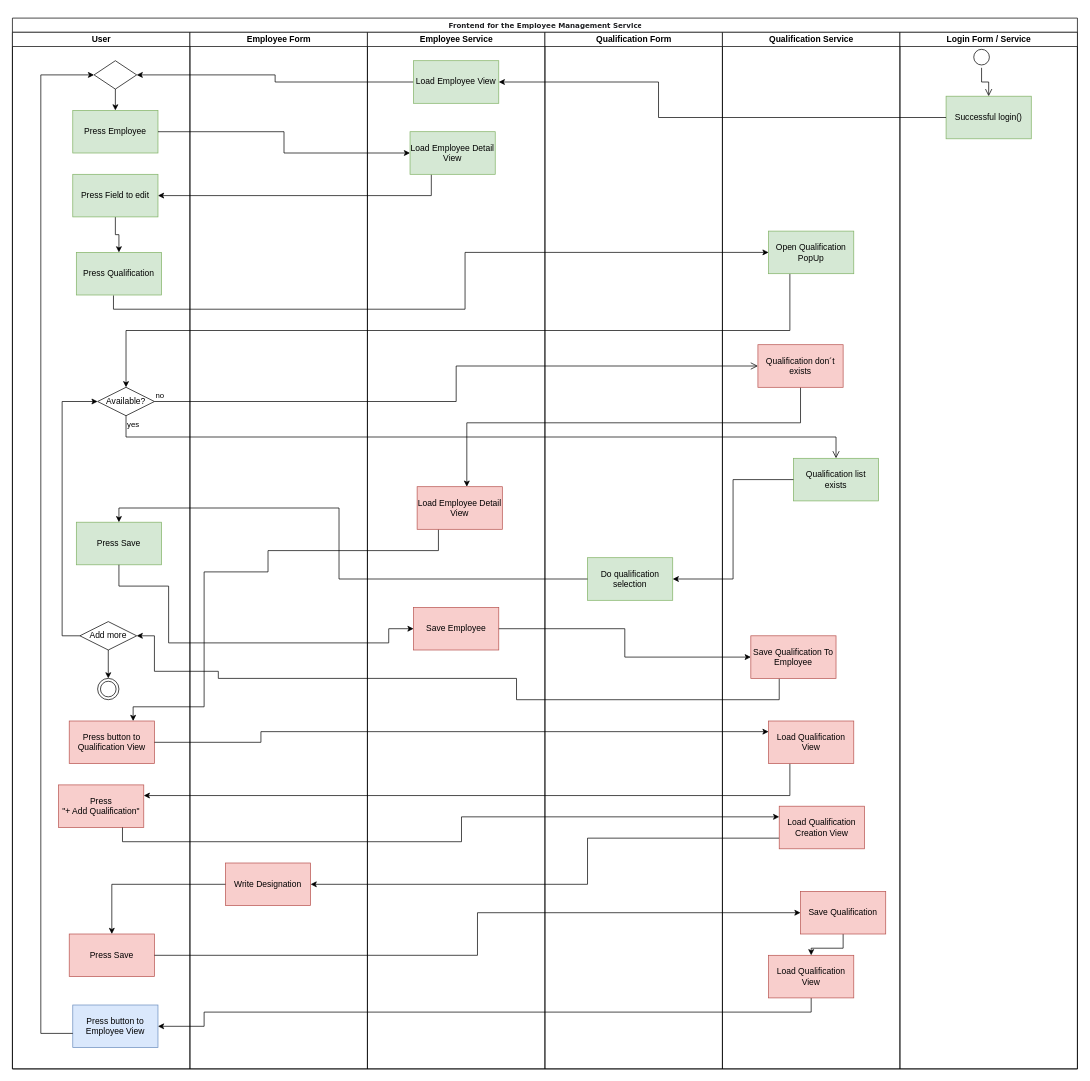
Earlier version of the draw.io diagram page "Neue Qualifikation" (2 of 2) of LoginProject.drawio (DatPriest/loginProject). Source tidied: cells renumbered, new cells numbered last; positions are measured from the earlier drawing's top-left corner, leaving out a move shared by most shapes. Both pictures are drawn from the tidied source at 71%, with x=0, y=0 at pixel (12, 18).
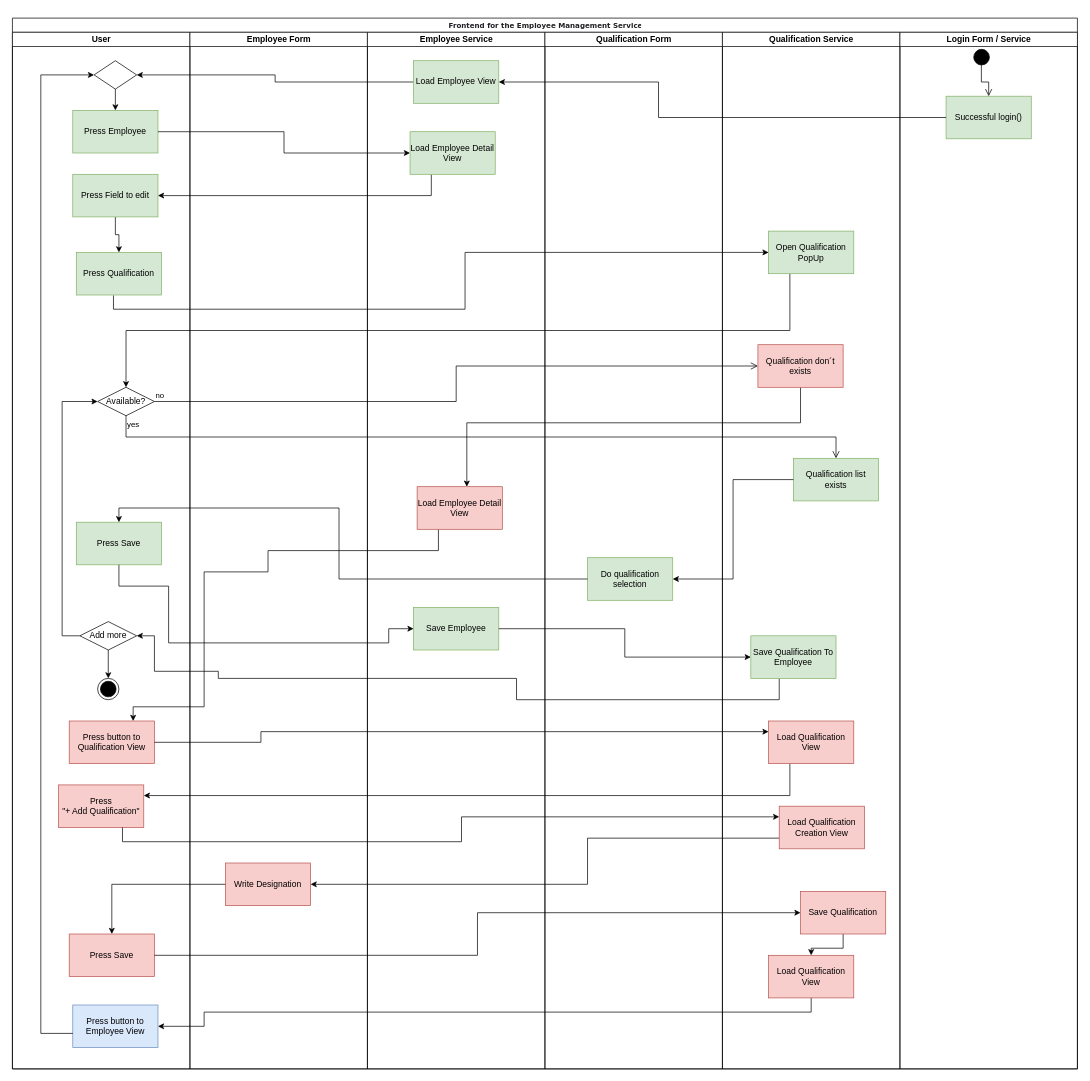
The same diagram, later.

The change refers to these unchanged cells:
```xml
<mxCell id="3" value="User" style="swimlane;html=1;startSize=20;" parent="2" vertex="1">
  <mxGeometry y="20" width="250" height="1460" as="geometry" />
</mxCell>
<mxCell id="32" value="Employee Service" style="swimlane;html=1;startSize=20;" parent="2" vertex="1">
  <mxGeometry x="500" y="20" width="250" height="1460" as="geometry" />
</mxCell>
<mxCell id="50" value="Qualification Service" style="swimlane;html=1;startSize=20;" parent="2" vertex="1">
  <mxGeometry x="1000" y="20" width="250" height="1460" as="geometry" />
</mxCell>
<mxCell id="60" value="Login Form / Service" style="swimlane;html=1;startSize=20;" parent="2" vertex="1">
  <mxGeometry x="1250" y="20" width="250" height="1460" as="geometry" />
</mxCell>
<mxCell id="62" value="Successful login()" style="rounded=0;whiteSpace=wrap;html=1;fillColor=#d5e8d4;strokeColor=#82b366;" parent="60" vertex="1">
  <mxGeometry x="65" y="90" width="120" height="60" as="geometry" />
</mxCell>
```

Change to the diagram source:
```diff
@@
-    <mxCell id="22" style="ellipse;html=1;shape=endState;" parent="3" vertex="1">
+    <mxCell id="22" style="ellipse;html=1;shape=endState;fillColor=#000000;strokeColor=#000000;" parent="3" vertex="1">
       <mxGeometry x="120" y="910" width="30" height="30" as="geometry" />
     </mxCell>
@@
-    <mxCell id="36" value="Save Employee" style="rounded=0;whiteSpace=wrap;html=1;fillColor=#f8cecc;strokeColor=#b85450;" parent="32" vertex="1">
+    <mxCell id="36" value="Save Employee" style="rounded=0;whiteSpace=wrap;html=1;fillColor=#d5e8d4;strokeColor=#82b366;" parent="32" vertex="1">
       <mxGeometry x="65" y="810" width="120" height="60" as="geometry" />
     </mxCell>
@@
-    <mxCell id="51" value="Save Qualification To Employee" style="rounded=0;whiteSpace=wrap;html=1;fillColor=#f8cecc;strokeColor=#b85450;" parent="50" vertex="1">
+    <mxCell id="51" value="Save Qualification To Employee" style="rounded=0;whiteSpace=wrap;html=1;fillColor=#d5e8d4;strokeColor=#82b366;" parent="50" vertex="1">
       <mxGeometry x="40" y="850" width="120" height="60" as="geometry" />
     </mxCell>
@@
-    <mxCell id="61" style="ellipse;html=1;shape=startState;" parent="60" vertex="1">
+    <mxCell id="61" style="ellipse;html=1;shape=startState;fillColor=#000000;" parent="60" vertex="1">
       <mxGeometry x="100" y="20" width="30" height="30" as="geometry" />
     </mxCell>
@@
-    <mxCell id="63" style="edgeStyle=orthogonalEdgeStyle;html=1;verticalAlign=bottom;endArrow=open;endSize=8;rounded=0;entryX=0.5;entryY=0;entryDx=0;entryDy=0;" parent="60" edge="1" source="61" target="62">
+    <mxCell id="63" style="edgeStyle=orthogonalEdgeStyle;html=1;verticalAlign=bottom;endArrow=open;endSize=8;rounded=0;entryX=0.5;entryY=0;entryDx=0;entryDy=0;exitX=0.491;exitY=0.87;exitDx=0;exitDy=0;exitPerimeter=0;" parent="60" edge="1" source="61" target="62">
       <mxGeometry relative="1" as="geometry" />
     </mxCell>
```
